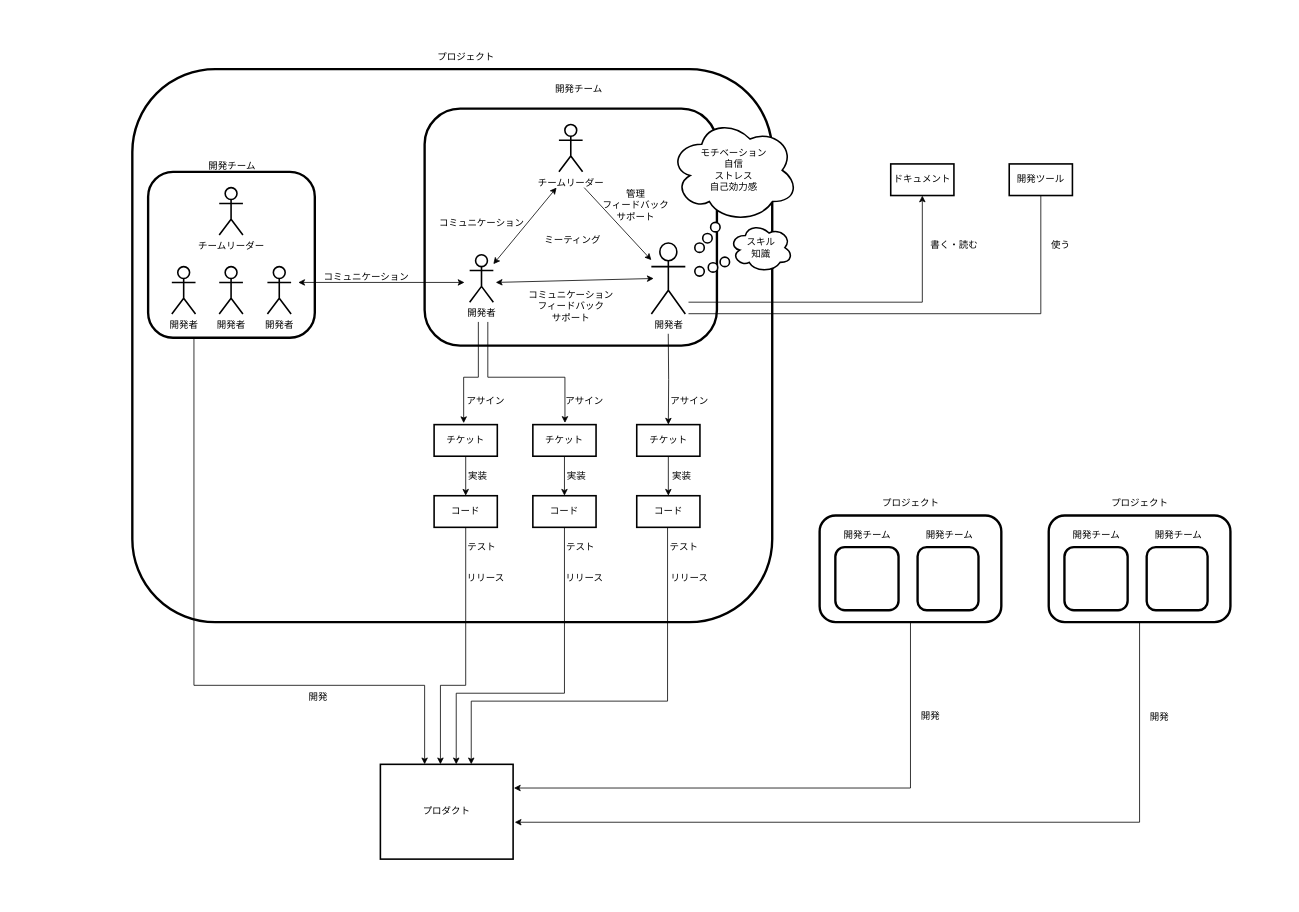
The draw.io diagram factors.drawio in hareiharei/factors_chart, before the edit. Source tidied: cells renumbered, new cells numbered last; positions are measured from the earlier drawing's top-left corner, leaving out a move shared by most shapes. Both pictures are drawn from the tidied source at 79%, with x=0, y=0 at pixel (77, 13).
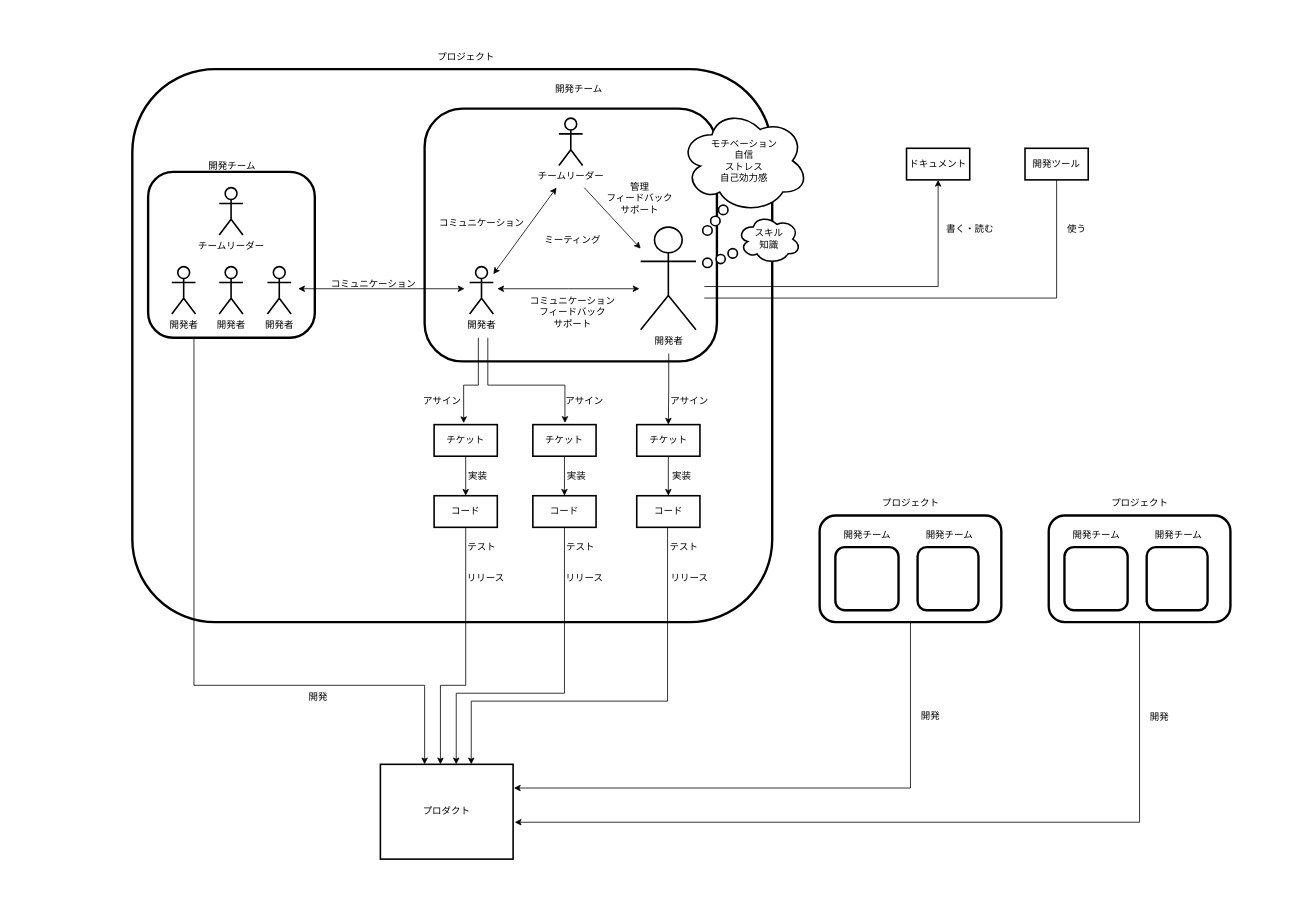
Above is the later version.

Commit message:
開発者の大きさを調整

Unchanged cells that the change refers to:
```xml
<mxCell id="37" value="チケット" style="rounded=0;whiteSpace=wrap;html=1;strokeWidth=2;" parent="1" vertex="1">
  <mxGeometry x="452" y="520" width="80" height="40" as="geometry" />
</mxCell>
<mxCell id="45" value="チケット" style="rounded=0;whiteSpace=wrap;html=1;strokeWidth=2;" parent="1" vertex="1">
  <mxGeometry x="577" y="520" width="80" height="40" as="geometry" />
</mxCell>
<mxCell id="47" value="チケット" style="rounded=0;whiteSpace=wrap;html=1;strokeWidth=2;" parent="1" vertex="1">
  <mxGeometry x="708.5" y="520" width="80" height="40" as="geometry" />
</mxCell>
```

Diff of the diagram source:
```diff
@@
     <mxCell id="2" style="verticalLabelPosition=bottom;verticalAlign=top;html=1;shape=mxgraph.basic.rect;fillColor2=none;strokeWidth=1;size=20;indent=5;strokeColor=none;" parent="1" vertex="1">
-      <mxGeometry width="1530" height="1110" as="geometry" />
+      <mxGeometry x="-80" y="10" width="1530" height="1110" as="geometry" />
     </mxCell>
@@
     <mxCell id="7" style="rounded=1;whiteSpace=wrap;html=1;strokeWidth=3;" parent="1" vertex="1">
-      <mxGeometry x="440" y="120" width="370" height="300" as="geometry" />
+      <mxGeometry x="440" y="120" width="370" height="320" as="geometry" />
     </mxCell>
     <mxCell id="8" style="edgeStyle=orthogonalEdgeStyle;rounded=0;jettySize=auto;html=1;" parent="1" edge="1" target="27">
       <mxGeometry relative="1" as="geometry">
-        <mxPoint x="774" y="365" as="sourcePoint" />
+        <mxPoint x="794" y="345.2" as="sourcePoint" />
         <Array as="points">
-          <mxPoint x="1070" y="365" />
+          <mxPoint x="1090" y="345.2" />
         </Array>
       </mxGeometry>
     </mxCell>
     <mxCell id="9" style="edgeStyle=orthogonalEdgeStyle;rounded=0;jettySize=auto;html=1;entryX=0.5;entryY=0;entryDx=0;entryDy=0;" parent="1" edge="1" target="29">
       <mxGeometry relative="1" as="geometry">
-        <mxPoint x="774" y="379.6" as="sourcePoint" />
+        <mxPoint x="794" y="359.8" as="sourcePoint" />
         <Array as="points">
-          <mxPoint x="1220" y="380" />
+          <mxPoint x="1240" y="360.2" />
         </Array>
       </mxGeometry>
     </mxCell>
@@
     <mxCell id="15" style="edgeStyle=orthogonalEdgeStyle;rounded=0;jettySize=auto;html=1;entryX=0.468;entryY=-0.047;entryDx=0;entryDy=0;entryPerimeter=0;" parent="1" edge="1" target="37">
       <mxGeometry relative="1" as="geometry">
-        <mxPoint x="508" y="390" as="sourcePoint" />
+        <mxPoint x="508" y="410" as="sourcePoint" />
         <Array as="points">
-          <mxPoint x="508" y="460" />
-          <mxPoint x="489" y="460" />
+          <mxPoint x="508" y="470" />
+          <mxPoint x="489" y="470" />
         </Array>
       </mxGeometry>
     </mxCell>
     <mxCell id="16" style="edgeStyle=orthogonalEdgeStyle;rounded=0;jettySize=auto;html=1;entryX=0.508;entryY=-0.054;entryDx=0;entryDy=0;entryPerimeter=0;" parent="1" edge="1" target="45">
       <mxGeometry relative="1" as="geometry">
-        <mxPoint x="520" y="390" as="sourcePoint" />
+        <mxPoint x="520" y="410" as="sourcePoint" />
         <Array as="points">
-          <mxPoint x="520" y="460" />
-          <mxPoint x="618" y="460" />
+          <mxPoint x="520" y="470" />
+          <mxPoint x="618" y="470" />
         </Array>
       </mxGeometry>
     </mxCell>
     <mxCell id="17" value="開発者" style="shape=umlActor;verticalLabelPosition=bottom;verticalAlign=top;html=1;outlineConnect=0;strokeWidth=2;" parent="1" vertex="1">
-      <mxGeometry x="497" y="305" width="30" height="60" as="geometry" />
+      <mxGeometry x="497" y="320" width="30" height="60" as="geometry" />
     </mxCell>
     <mxCell id="18" style="edgeStyle=orthogonalEdgeStyle;rounded=0;jettySize=auto;html=1;entryX=0.5;entryY=0;entryDx=0;entryDy=0;" parent="1" edge="1" target="47">
       <mxGeometry relative="1" as="geometry">
-        <mxPoint x="748.4" y="405" as="sourcePoint" />
+        <mxPoint x="749" y="430" as="sourcePoint" />
+        <Array as="points">
+          <mxPoint x="749" y="476" />
+          <mxPoint x="749" y="476" />
+        </Array>
       </mxGeometry>
     </mxCell>
     <mxCell id="19" value="開発者" style="shape=umlActor;verticalLabelPosition=bottom;verticalAlign=top;html=1;outlineConnect=0;strokeWidth=2;" parent="1" vertex="1">
-      <mxGeometry x="727" y="290" width="43" height="90" as="geometry" />
+      <mxGeometry x="713.5" y="270" width="70" height="130" as="geometry" />
     </mxCell>
     <mxCell id="20" value="チームリーダー" style="shape=umlActor;verticalLabelPosition=bottom;verticalAlign=top;html=1;strokeWidth=2;" parent="1" vertex="1">
-      <mxGeometry x="610" y="140" width="30" height="60" as="geometry" />
+      <mxGeometry x="610" y="132" width="30" height="60" as="geometry" />
     </mxCell>
@@
-    <mxCell id="22" style="endArrow=classic;startArrow=classic;html=1;rounded=0;" parent="1" edge="1">
+    <mxCell id="22" style="endArrow=classic;startArrow=classic;html=1;rounded=0;edgeStyle=orthogonalEdgeStyle;" parent="1" edge="1">
       <mxGeometry relative="1" as="geometry">
-        <mxPoint x="530" y="340" as="sourcePoint" />
-        <mxPoint x="730" y="335" as="targetPoint" />
+        <mxPoint x="532" y="348" as="sourcePoint" />
+        <mxPoint x="712" y="348" as="targetPoint" />
+        <Array as="points">
+          <mxPoint x="622" y="348" />
+          <mxPoint x="622" y="348" />
+        </Array>
       </mxGeometry>
     </mxCell>
@@
-    <mxCell id="24" style="endArrow=classic;startArrow=classic;html=1;rounded=0;" parent="1" edge="1">
+    <mxCell id="24" style="endArrow=classic;startArrow=classic;html=1;rounded=0;edgeStyle=orthogonalEdgeStyle;" parent="1" edge="1">
       <mxGeometry relative="1" as="geometry">
-        <mxPoint x="280" y="340" as="sourcePoint" />
-        <mxPoint x="490.5" y="340" as="targetPoint" />
+        <mxPoint x="280" y="348" as="sourcePoint" />
+        <mxPoint x="490.5" y="348" as="targetPoint" />
       </mxGeometry>
     </mxCell>
     <mxCell id="25" value="コミュニケーション&lt;div&gt;フィードバック&lt;/div&gt;&lt;div&gt;サポート&lt;/div&gt;" style="text;html=1;align=center;verticalAlign=middle;strokeColor=none;fillColor=none;" parent="1" vertex="1">
-      <mxGeometry x="560" y="340" width="130" height="60" as="geometry" />
+      <mxGeometry x="562" y="348" width="130" height="60" as="geometry" />
     </mxCell>
     <mxCell id="26" value="コミュニケーション" style="text;html=1;align=center;verticalAlign=middle;strokeColor=none;fillColor=none;" parent="1" vertex="1">
-      <mxGeometry x="301" y="318" width="130" height="30" as="geometry" />
+      <mxGeometry x="310" y="327" width="130" height="30" as="geometry" />
     </mxCell>
     <mxCell id="27" value="ドキュメント" style="rounded=0;whiteSpace=wrap;html=1;strokeWidth=2;" parent="1" vertex="1">
-      <mxGeometry x="1030" y="190" width="80" height="40" as="geometry" />
+      <mxGeometry x="1050" y="170.2" width="80" height="40" as="geometry" />
     </mxCell>
     <mxCell id="28" value="書く・読む" style="text;html=1;align=center;verticalAlign=middle;strokeColor=none;fillColor=none;" parent="1" vertex="1">
-      <mxGeometry x="1070" y="278" width="80" height="30" as="geometry" />
+      <mxGeometry x="1090" y="258.2" width="80" height="30" as="geometry" />
     </mxCell>
     <mxCell id="29" value="開発ツール" style="rounded=0;whiteSpace=wrap;html=1;strokeWidth=2;" parent="1" vertex="1">
-      <mxGeometry x="1180" y="190" width="80" height="40" as="geometry" />
+      <mxGeometry x="1200" y="170.2" width="80" height="40" as="geometry" />
     </mxCell>
     <mxCell id="30" value="使う" style="text;html=1;align=center;verticalAlign=middle;strokeColor=none;fillColor=none;" parent="1" vertex="1">
-      <mxGeometry x="1220" y="278" width="50" height="30" as="geometry" />
+      <mxGeometry x="1240" y="258.2" width="50" height="30" as="geometry" />
     </mxCell>
@@
     <mxCell id="32" value="管理&lt;div&gt;フィードバック&lt;/div&gt;&lt;div&gt;サポート&lt;/div&gt;" style="text;html=1;align=center;verticalAlign=middle;strokeColor=none;fillColor=none;" parent="1" vertex="1">
-      <mxGeometry x="652" y="212" width="110" height="60" as="geometry" />
+      <mxGeometry x="657" y="204" width="110" height="60" as="geometry" />
     </mxCell>
@@
     <mxCell id="59" value="アサイン" style="text;html=1;align=center;verticalAlign=middle;strokeColor=none;fillColor=none;" parent="1" vertex="1">
-      <mxGeometry x="482" y="475" width="70" height="30" as="geometry" />
+      <mxGeometry x="427" y="475" width="70" height="30" as="geometry" />
     </mxCell>
@@
     <mxCell id="70" value="モチベーション&lt;div&gt;自信&lt;/div&gt;&lt;div&gt;ストレス&lt;/div&gt;&lt;div&gt;自己効力感&lt;/div&gt;" style="ellipse;shape=cloud;whiteSpace=wrap;html=1;strokeWidth=2;" parent="1" vertex="1">
-      <mxGeometry x="750" y="132" width="163" height="132" as="geometry" />
+      <mxGeometry x="763" y="120" width="163" height="132" as="geometry" />
     </mxCell>
     <mxCell id="71" style="ellipse;whiteSpace=wrap;html=1;strokeWidth=2;" parent="1" vertex="1">
-      <mxGeometry x="782" y="290" width="12" height="12" as="geometry" />
+      <mxGeometry x="792" y="268.2" width="12" height="12" as="geometry" />
     </mxCell>
@@
     <mxCell id="79" style="ellipse;whiteSpace=wrap;html=1;strokeWidth=2;" parent="1" vertex="1">
-      <mxGeometry x="792" y="278" width="12" height="12" as="geometry" />
+      <mxGeometry x="802" y="256.2" width="12" height="12" as="geometry" />
     </mxCell>
     <mxCell id="80" style="ellipse;whiteSpace=wrap;html=1;strokeWidth=2;" parent="1" vertex="1">
-      <mxGeometry x="802" y="264" width="12" height="12" as="geometry" />
+      <mxGeometry x="812" y="242.2" width="12" height="12" as="geometry" />
     </mxCell>
     <mxCell id="81" value="スキル&lt;div&gt;知識&lt;/div&gt;" style="ellipse;shape=cloud;whiteSpace=wrap;html=1;strokeWidth=2;" parent="1" vertex="1">
-      <mxGeometry x="826" y="265" width="80" height="62" as="geometry" />
+      <mxGeometry x="836" y="254.2" width="80" height="62" as="geometry" />
     </mxCell>
     <mxCell id="82" style="ellipse;whiteSpace=wrap;html=1;strokeWidth=2;" parent="1" vertex="1">
-      <mxGeometry x="814" y="308" width="12" height="12" as="geometry" />
+      <mxGeometry x="824" y="297.2" width="12" height="12" as="geometry" />
     </mxCell>
     <mxCell id="83" style="ellipse;whiteSpace=wrap;html=1;strokeWidth=2;" parent="1" vertex="1">
-      <mxGeometry x="799" y="315" width="12" height="12" as="geometry" />
+      <mxGeometry x="809" y="304.7" width="11.5" height="11.5" as="geometry" />
     </mxCell>
     <mxCell id="84" style="ellipse;whiteSpace=wrap;html=1;strokeWidth=2;" parent="1" vertex="1">
-      <mxGeometry x="782" y="320" width="12" height="12" as="geometry" />
+      <mxGeometry x="792" y="309.2" width="12" height="12" as="geometry" />
     </mxCell>
```
